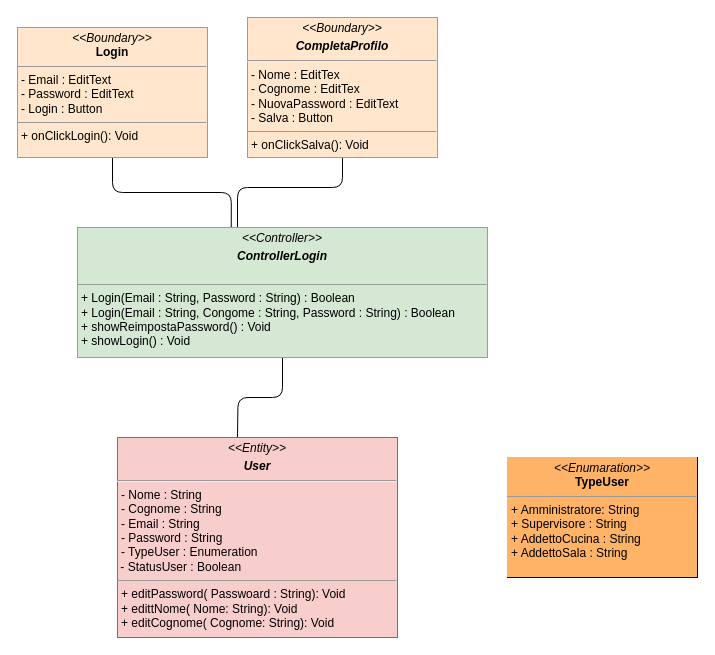
Earlier version of the draw.io diagram page "Login" (1 of 8) of Documentazione/Class Diagram/Class Diagram.drawio (Chriss1618/ProgettoINGSW). Source tidied: cells renumbered, new cells numbered last; positions are measured from the earlier drawing's top-left corner, leaving out a move shared by most shapes. Both pictures are drawn from the tidied source at 100%, with x=0, y=0 at pixel (17, 17).
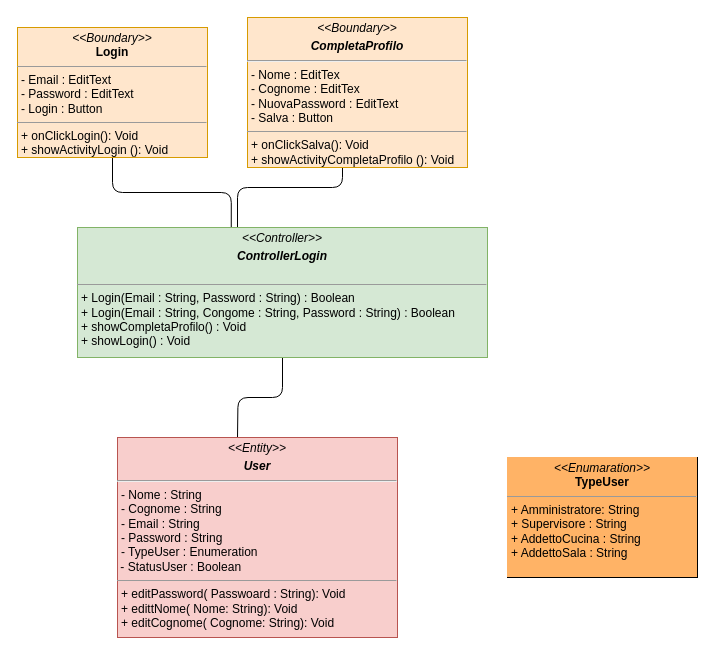
Above is the later version.

Change to the diagram source:
```diff
@@
 <mxGraphModel>
   <root>
     <mxCell id="0" />
     <mxCell id="1" parent="0" />
     <mxCell id="2" style="edgeStyle=orthogonalEdgeStyle;jettySize=auto;html=1;exitX=0.5;exitY=1;exitDx=0;exitDy=0;entryX=0.375;entryY=0;entryDx=0;entryDy=0;entryPerimeter=0;endArrow=none;endFill=0;rounded=1;" parent="1" edge="1" source="3" target="7">
       <mxGeometry relative="1" as="geometry" />
     </mxCell>
-    <mxCell id="3" value="&lt;p style=&quot;margin:0px;margin-top:4px;text-align:center;&quot;&gt;&lt;i&gt;&amp;lt;&amp;lt;Boundary&amp;gt;&amp;gt;&lt;/i&gt;&lt;br&gt;&lt;b&gt;Login&lt;/b&gt;&lt;/p&gt;&lt;hr size=&quot;1&quot;&gt;&lt;p style=&quot;margin:0px;margin-left:4px;&quot;&gt;- Email : EditText&lt;br&gt;- Password : EditText&lt;/p&gt;&lt;p style=&quot;margin:0px;margin-left:4px;&quot;&gt;- Login : Button&lt;/p&gt;&lt;hr size=&quot;1&quot;&gt;&lt;p style=&quot;margin:0px;margin-left:4px;&quot;&gt;+ onClickLogin(): Void&lt;br&gt;&lt;/p&gt;" style="verticalAlign=top;align=left;overflow=fill;fontSize=12;fontFamily=Helvetica;html=1;fillColor=#ffe6cc;strokeColor=#d79b00;" parent="1" vertex="1">
+    <mxCell id="3" value="&lt;p style=&quot;margin:0px;margin-top:4px;text-align:center;&quot;&gt;&lt;i&gt;&amp;lt;&amp;lt;Boundary&amp;gt;&amp;gt;&lt;/i&gt;&lt;br&gt;&lt;b&gt;Login&lt;/b&gt;&lt;/p&gt;&lt;hr size=&quot;1&quot;&gt;&lt;p style=&quot;margin:0px;margin-left:4px;&quot;&gt;- Email : EditText&lt;br&gt;- Password : EditText&lt;/p&gt;&lt;p style=&quot;margin:0px;margin-left:4px;&quot;&gt;- Login : Button&lt;/p&gt;&lt;hr size=&quot;1&quot;&gt;&lt;p style=&quot;margin:0px;margin-left:4px;&quot;&gt;+ onClickLogin(): Void&lt;br&gt;&lt;/p&gt;&lt;p style=&quot;margin:0px;margin-left:4px;&quot;&gt;+ showActivityLogin (): Void&lt;br&gt;&lt;/p&gt;" style="verticalAlign=top;align=left;overflow=fill;fontSize=12;fontFamily=Helvetica;html=1;fillColor=#ffe6cc;strokeColor=#d79b00;" parent="1" vertex="1">
       <mxGeometry y="10" width="190" height="130" as="geometry" />
     </mxCell>
     <mxCell id="4" style="edgeStyle=orthogonalEdgeStyle;jettySize=auto;html=1;strokeColor=default;rounded=1;endArrow=none;endFill=0;" parent="1" edge="1" source="5" target="7">
       <mxGeometry relative="1" as="geometry">
         <Array as="points">
           <mxPoint x="325" y="170" />
           <mxPoint x="220" y="170" />
         </Array>
       </mxGeometry>
     </mxCell>
-    <mxCell id="5" value="&lt;p style=&quot;margin:0px;margin-top:4px;text-align:center;&quot;&gt;&lt;i&gt;&amp;lt;&amp;lt;Boundary&amp;gt;&amp;gt;&lt;/i&gt;&lt;br&gt;&lt;/p&gt;&lt;p style=&quot;margin:0px;margin-top:4px;text-align:center;&quot;&gt;&lt;i&gt;&lt;b&gt;CompletaProfilo&lt;/b&gt;&lt;/i&gt;&lt;/p&gt;&lt;hr&gt;&lt;p style=&quot;margin:0px;margin-left:4px;&quot;&gt;- Nome : EditTex&lt;br&gt;&lt;/p&gt;&lt;p style=&quot;margin:0px;margin-left:4px;&quot;&gt;- Cognome : EditTex&lt;br&gt;&lt;/p&gt;&lt;p style=&quot;margin:0px;margin-left:4px;&quot;&gt;- NuovaPassword : EditText&lt;/p&gt;&lt;p style=&quot;margin:0px;margin-left:4px;&quot;&gt;- Salva : Button&lt;/p&gt;&lt;hr size=&quot;1&quot;&gt;&lt;p style=&quot;margin:0px;margin-left:4px;&quot;&gt;+ onClickSalva(): Void&lt;br&gt;&lt;/p&gt;" style="verticalAlign=top;align=left;overflow=fill;fontSize=12;fontFamily=Helvetica;html=1;fillColor=#ffe6cc;strokeColor=#d79b00;" parent="1" vertex="1">
-      <mxGeometry x="230" width="190" height="140" as="geometry" />
+    <mxCell id="5" value="&lt;p style=&quot;margin:0px;margin-top:4px;text-align:center;&quot;&gt;&lt;i&gt;&amp;lt;&amp;lt;Boundary&amp;gt;&amp;gt;&lt;/i&gt;&lt;br&gt;&lt;/p&gt;&lt;p style=&quot;margin:0px;margin-top:4px;text-align:center;&quot;&gt;&lt;i&gt;&lt;b&gt;CompletaProfilo&lt;/b&gt;&lt;/i&gt;&lt;/p&gt;&lt;hr&gt;&lt;p style=&quot;margin:0px;margin-left:4px;&quot;&gt;- Nome : EditTex&lt;br&gt;&lt;/p&gt;&lt;p style=&quot;margin:0px;margin-left:4px;&quot;&gt;- Cognome : EditTex&lt;br&gt;&lt;/p&gt;&lt;p style=&quot;margin:0px;margin-left:4px;&quot;&gt;- NuovaPassword : EditText&lt;/p&gt;&lt;p style=&quot;margin:0px;margin-left:4px;&quot;&gt;- Salva : Button&lt;/p&gt;&lt;hr size=&quot;1&quot;&gt;&lt;p style=&quot;margin:0px;margin-left:4px;&quot;&gt;+ onClickSalva(): Void&lt;br&gt;&lt;/p&gt;&lt;p style=&quot;margin:0px;margin-left:4px;&quot;&gt;+ showActivityCompletaProfilo (): Void&lt;br&gt;&lt;/p&gt;" style="verticalAlign=top;align=left;overflow=fill;fontSize=12;fontFamily=Helvetica;html=1;fillColor=#ffe6cc;strokeColor=#d79b00;" parent="1" vertex="1">
+      <mxGeometry x="230" width="220" height="150" as="geometry" />
     </mxCell>
     <mxCell id="6" style="edgeStyle=orthogonalEdgeStyle;rounded=1;jettySize=auto;html=1;exitX=0.5;exitY=1;exitDx=0;exitDy=0;endArrow=none;endFill=0;entryX=0.5;entryY=0;entryDx=0;entryDy=0;" parent="1" edge="1" source="7">
       <mxGeometry relative="1" as="geometry">
         <mxPoint x="220" y="420" as="targetPoint" />
       </mxGeometry>
     </mxCell>
-    <mxCell id="7" value="&lt;p style=&quot;margin:0px;margin-top:4px;text-align:center;&quot;&gt;&lt;i&gt;&amp;lt;&amp;lt;Controller&amp;gt;&amp;gt;&lt;/i&gt;&lt;br&gt;&lt;/p&gt;&lt;p style=&quot;margin:0px;margin-top:4px;text-align:center;&quot;&gt;&lt;i&gt;&lt;b&gt;ControllerLogin&lt;/b&gt;&lt;/i&gt;&lt;/p&gt;&lt;br&gt;&lt;hr size=&quot;1&quot;&gt;&lt;p style=&quot;margin:0px;margin-left:4px;&quot;&gt;+ Login(Email : String, Password : String) : Boolean&lt;br&gt;&lt;/p&gt;&lt;p style=&quot;margin:0px;margin-left:4px;&quot;&gt;+ Login(Email : String, Congome : String, Password : String) : Boolean&lt;br&gt;&lt;/p&gt;&lt;p style=&quot;margin:0px;margin-left:4px;&quot;&gt;+ showReimpostaPassword() : Void&lt;/p&gt;&lt;p style=&quot;margin:0px;margin-left:4px;&quot;&gt;+ showLogin() : Void&lt;/p&gt;" style="verticalAlign=top;align=left;overflow=fill;fontSize=12;fontFamily=Helvetica;html=1;fillColor=#d5e8d4;strokeColor=#82b366;" parent="1" vertex="1">
+    <mxCell id="7" value="&lt;p style=&quot;margin:0px;margin-top:4px;text-align:center;&quot;&gt;&lt;i&gt;&amp;lt;&amp;lt;Controller&amp;gt;&amp;gt;&lt;/i&gt;&lt;br&gt;&lt;/p&gt;&lt;p style=&quot;margin:0px;margin-top:4px;text-align:center;&quot;&gt;&lt;i&gt;&lt;b&gt;ControllerLogin&lt;/b&gt;&lt;/i&gt;&lt;/p&gt;&lt;br&gt;&lt;hr size=&quot;1&quot;&gt;&lt;p style=&quot;margin:0px;margin-left:4px;&quot;&gt;+ Login(Email : String, Password : String) : Boolean&lt;br&gt;&lt;/p&gt;&lt;p style=&quot;margin:0px;margin-left:4px;&quot;&gt;+ Login(Email : String, Congome : String, Password : String) : Boolean&lt;br&gt;&lt;/p&gt;&lt;p style=&quot;margin:0px;margin-left:4px;&quot;&gt;+ showCompletaProfilo() : Void&lt;/p&gt;&lt;p style=&quot;margin:0px;margin-left:4px;&quot;&gt;+ showLogin() : Void&lt;/p&gt;" style="verticalAlign=top;align=left;overflow=fill;fontSize=12;fontFamily=Helvetica;html=1;fillColor=#d5e8d4;strokeColor=#82b366;" parent="1" vertex="1">
       <mxGeometry x="60" y="210" width="410" height="130" as="geometry" />
     </mxCell>
     <mxCell id="8" value="&lt;p style=&quot;margin:0px;margin-top:4px;text-align:center;&quot;&gt;&lt;i&gt;&amp;lt;&amp;lt;Entity&amp;gt;&amp;gt;&lt;/i&gt;&lt;br&gt;&lt;/p&gt;&lt;p style=&quot;margin:0px;margin-top:4px;text-align:center;&quot;&gt;&lt;i&gt;&lt;b&gt;User&lt;/b&gt;&lt;/i&gt;&lt;/p&gt;&lt;hr&gt;&lt;p style=&quot;margin:0px;margin-left:4px;&quot;&gt;- Nome : String&lt;br&gt;&lt;/p&gt;&lt;p style=&quot;margin:0px;margin-left:4px;&quot;&gt;- Cognome : String&lt;/p&gt;&lt;p style=&quot;margin:0px;margin-left:4px;&quot;&gt;- Email : String&lt;/p&gt;&lt;p style=&quot;margin:0px;margin-left:4px;&quot;&gt;- Password : String&lt;/p&gt;&lt;p style=&quot;margin:0px;margin-left:4px;&quot;&gt;- TypeUser : Enumeration&lt;/p&gt;&amp;nbsp;- StatusUser : Boolean&lt;br&gt;&lt;hr size=&quot;1&quot;&gt;&lt;p style=&quot;margin:0px;margin-left:4px;&quot;&gt;+ editPassword( Passwoard : String): Void&lt;br&gt;&lt;/p&gt;&lt;p style=&quot;margin:0px;margin-left:4px;&quot;&gt;+ edittNome( Nome: String): Void&lt;br&gt;&lt;/p&gt;&lt;p style=&quot;margin:0px;margin-left:4px;&quot;&gt;+ editCognome( Cognome: String): Void&lt;br&gt;&lt;/p&gt;" style="verticalAlign=top;align=left;overflow=fill;fontSize=12;fontFamily=Helvetica;html=1;fillColor=#f8cecc;strokeColor=#b85450;" parent="1" vertex="1">
       <mxGeometry x="100" y="420" width="280" height="200" as="geometry" />
     </mxCell>
     <mxCell id="9" value="&lt;p style=&quot;margin:0px;margin-top:4px;text-align:center;&quot;&gt;&lt;i&gt;&amp;lt;&amp;lt;Enumaration&amp;gt;&amp;gt;&lt;/i&gt;&lt;br&gt;&lt;b&gt;TypeUser&lt;/b&gt;&lt;/p&gt;&lt;hr size=&quot;1&quot;&gt;&lt;p style=&quot;margin:0px;margin-left:4px;&quot;&gt;+ Amministratore: String&lt;br&gt;+ Supervisore : String&lt;/p&gt;&lt;p style=&quot;margin:0px;margin-left:4px;&quot;&gt;+ AddettoCucina : String&lt;/p&gt;&lt;p style=&quot;margin:0px;margin-left:4px;&quot;&gt;+ AddettoSala : String&lt;br&gt;&lt;/p&gt;" style="verticalAlign=top;align=left;overflow=fill;fontSize=12;fontFamily=Helvetica;html=1;labelBackgroundColor=#FFB366;" parent="1" vertex="1">
       <mxGeometry x="490" y="440" width="190" height="120" as="geometry" />
     </mxCell>
   </root>
 </mxGraphModel>
```
